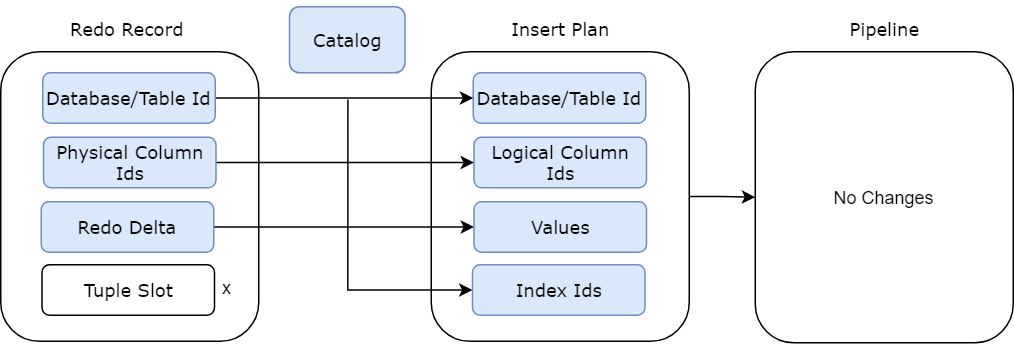
The draw.io diagram images/InsertConversion.png in tpan496/Thesis, before a commit. Source tidied: cells renumbered, new cells last; positions are measured from the earlier drawing's top-left corner, leaving out a move shared by most shapes.
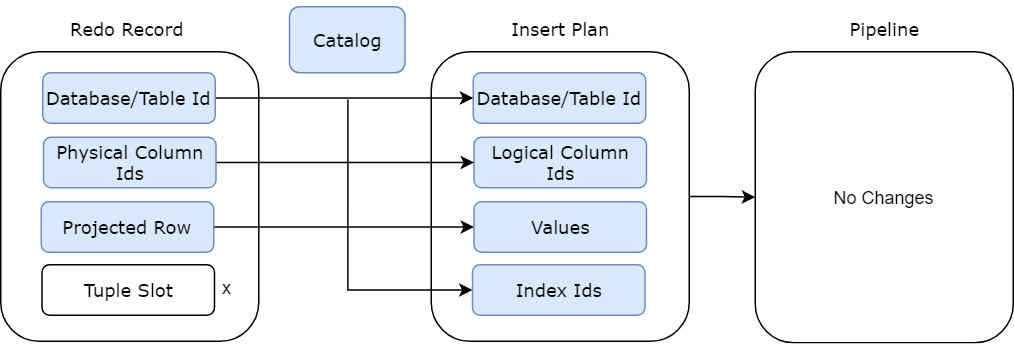
After the change.

Change to the diagram source:
```diff
@@ -52,7 +52,7 @@
     <mxCell id="17" style="edgeStyle=orthogonalEdgeStyle;rounded=0;jettySize=auto;html=1;exitX=1;exitY=0.5;exitDx=0;exitDy=0;endArrow=classic;endFill=1;" parent="1" edge="1" source="18" target="9">
       <mxGeometry relative="1" as="geometry" />
     </mxCell>
-    <mxCell id="18" value="&lt;font face=&quot;Verdana&quot;&gt;Redo Delta&lt;/font&gt;" style="rounded=1;whiteSpace=wrap;html=1;fillColor=#dae8fc;strokeColor=#6c8ebf;" parent="1" vertex="1">
+    <mxCell id="18" value="&lt;font face=&quot;Verdana&quot;&gt;Projected Row&lt;/font&gt;" style="rounded=1;whiteSpace=wrap;html=1;fillColor=#dae8fc;strokeColor=#6c8ebf;" parent="1" vertex="1">
       <mxGeometry x="27" y="130" width="115" height="33.6" as="geometry" />
     </mxCell>
     <mxCell id="19" value="&lt;font face=&quot;Verdana&quot;&gt;Tuple Slot&lt;/font&gt;" style="rounded=1;whiteSpace=wrap;html=1;" parent="1" vertex="1">
```
